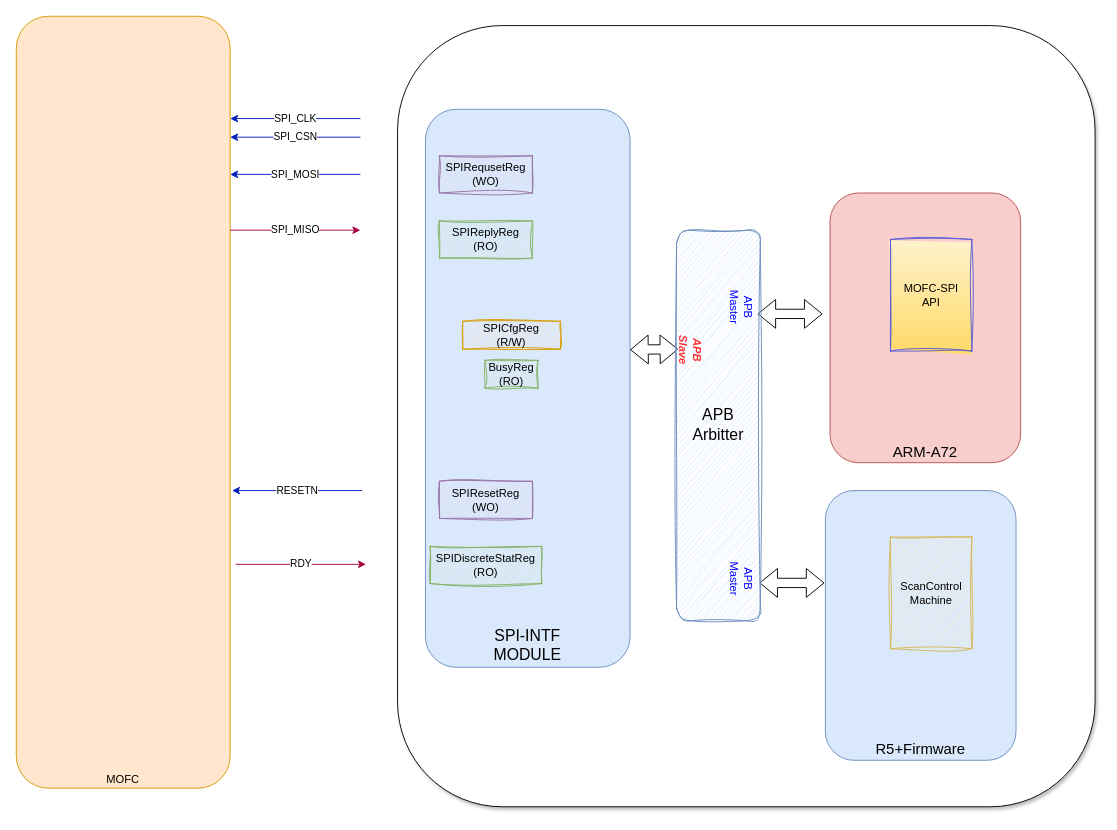
Before: page "Stage-1" (1 of 13) of MOFC.drawio in guyizk/MOFC, a draw.io diagram. Source tidied: cells renumbered, new cells numbered last; positions are measured from the earlier drawing's top-left corner, leaving out a move shared by most shapes. Both pictures are drawn from the tidied source at 93%, with x=0, y=0 at pixel (16, 16).
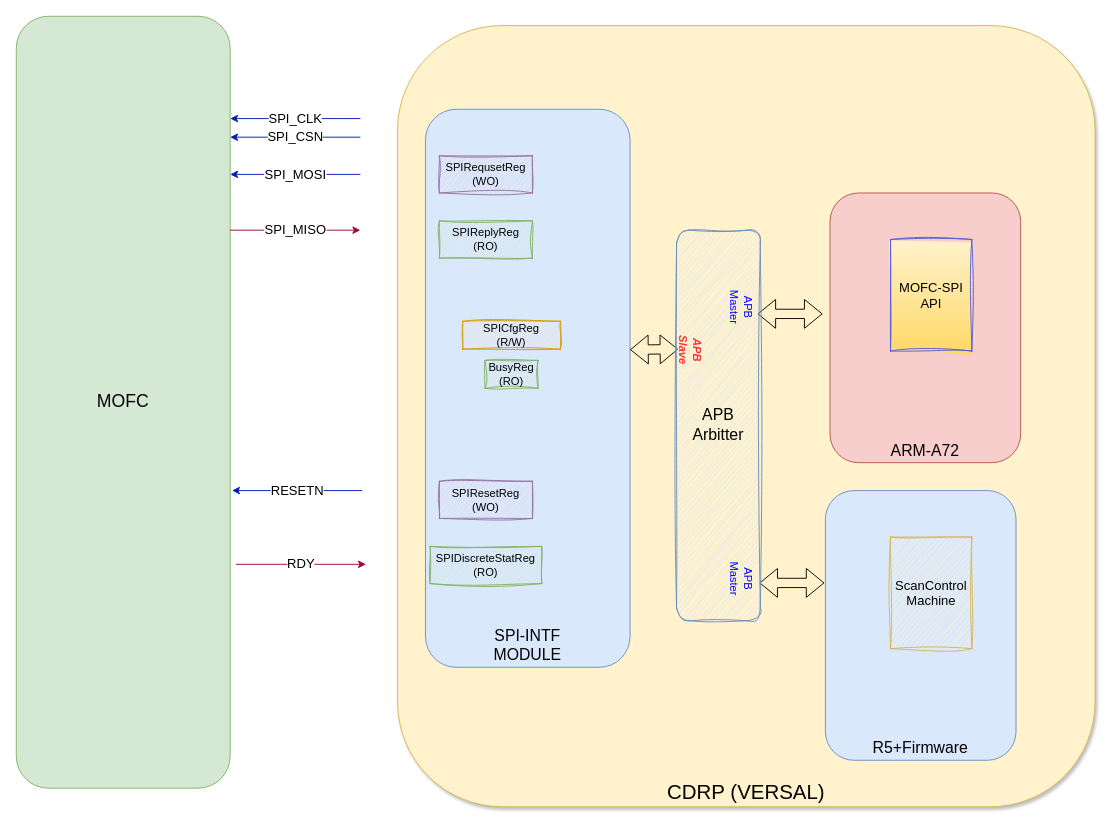
The same diagram, later.

Diff of the diagram source:
```diff
@@
-    <mxCell id="2" style="rounded=1;whiteSpace=wrap;html=1;shadow=1;glass=0;" parent="1" vertex="1">
+    <mxCell id="2" value="CDRP (VERSAL)" style="rounded=1;whiteSpace=wrap;html=1;shadow=1;glass=0;verticalAlign=bottom;fontSize=22;fillColor=#fff2cc;strokeColor=#d6b656;" parent="1" vertex="1">
       <mxGeometry x="410" y="10" width="750" height="840" as="geometry" />
     </mxCell>
-    <mxCell id="3" value="MOFC" style="rounded=1;whiteSpace=wrap;html=1;fillColor=#ffe6cc;strokeColor=#d79b00;verticalAlign=bottom;" parent="1" vertex="1">
+    <mxCell id="3" value="MOFC" style="rounded=1;whiteSpace=wrap;html=1;verticalAlign=middle;fontSize=19;fillColor=#d5e8d4;strokeColor=#82b366;" parent="1" vertex="1">
       <mxGeometry width="230" height="830" as="geometry" />
     </mxCell>
-    <mxCell id="4" value="SPI_MOSI" style="endArrow=classic;html=1;rounded=0;strokeColor=#001DBC;fillColor=#0050ef;" parent="1" edge="1">
+    <mxCell id="4" value="SPI_MOSI" style="endArrow=classic;html=1;rounded=0;strokeColor=#001DBC;fillColor=#0050ef;fontSize=14;" parent="1" edge="1">
       <mxGeometry relative="1" as="geometry">
         <mxPoint x="370" y="170" as="sourcePoint" />
         <mxPoint x="230" y="170" as="targetPoint" />
       </mxGeometry>
     </mxCell>
-    <mxCell id="5" value="SPI_CLK" style="endArrow=classic;html=1;rounded=0;fillColor=#0050ef;strokeColor=#001DBC;" parent="1" edge="1">
+    <mxCell id="5" value="SPI_CLK" style="endArrow=classic;html=1;rounded=0;fillColor=#0050ef;strokeColor=#001DBC;fontSize=14;" parent="1" edge="1">
       <mxGeometry relative="1" as="geometry">
         <mxPoint x="370" y="110" as="sourcePoint" />
         <mxPoint x="230" y="110" as="targetPoint" />
       </mxGeometry>
     </mxCell>
-    <mxCell id="6" value="SPI_CSN" style="endArrow=classic;html=1;rounded=0;fillColor=#0050ef;strokeColor=#001DBC;" parent="1" edge="1">
+    <mxCell id="6" value="SPI_CSN" style="endArrow=classic;html=1;rounded=0;fillColor=#0050ef;strokeColor=#001DBC;fontSize=14;" parent="1" edge="1">
       <mxGeometry relative="1" as="geometry">
         <mxPoint x="370" y="130" as="sourcePoint" />
         <mxPoint x="230" y="130" as="targetPoint" />
       </mxGeometry>
     </mxCell>
-    <mxCell id="7" value="SPI_MISO" style="endArrow=classic;html=1;rounded=0;fillColor=#d80073;strokeColor=#A50040;" parent="1" edge="1">
+    <mxCell id="7" value="SPI_MISO" style="endArrow=classic;html=1;rounded=0;fillColor=#d80073;strokeColor=#A50040;fontSize=14;" parent="1" edge="1">
       <mxGeometry relative="1" as="geometry">
         <mxPoint x="230" y="230" as="sourcePoint" />
         <mxPoint x="370" y="230" as="targetPoint" />
       </mxGeometry>
     </mxCell>
-    <mxCell id="8" value="RDY" style="endArrow=classic;html=1;rounded=0;fillColor=#d80073;strokeColor=#A50040;" parent="1" edge="1">
+    <mxCell id="8" value="RDY" style="endArrow=classic;html=1;rounded=0;fillColor=#d80073;strokeColor=#A50040;fontSize=14;" parent="1" edge="1">
       <mxGeometry relative="1" as="geometry">
         <mxPoint x="236" y="589.3" as="sourcePoint" />
         <mxPoint x="376" y="589.3" as="targetPoint" />
       </mxGeometry>
     </mxCell>
-    <mxCell id="9" value="RESETN" style="endArrow=classic;html=1;rounded=0;fillColor=#0050ef;strokeColor=#001DBC;" parent="1" edge="1">
+    <mxCell id="9" value="RESETN" style="endArrow=classic;html=1;rounded=0;fillColor=#0050ef;strokeColor=#001DBC;fontSize=14;" parent="1" edge="1">
       <mxGeometry relative="1" as="geometry">
         <mxPoint x="372" y="510" as="sourcePoint" />
         <mxPoint x="232" y="510" as="targetPoint" />
       </mxGeometry>
     </mxCell>
@@
-    <mxCell id="15" value="ARM-A72" style="rounded=1;whiteSpace=wrap;html=1;fillColor=#f8cecc;strokeColor=#b85450;shadow=0;glass=0;verticalAlign=bottom;fontSize=16;" parent="1" vertex="1">
+    <mxCell id="15" value="ARM-A72" style="rounded=1;whiteSpace=wrap;html=1;fillColor=#f8cecc;strokeColor=#b85450;shadow=0;glass=0;verticalAlign=bottom;fontSize=17;" parent="1" vertex="1">
       <mxGeometry x="875" y="190" width="205" height="290" as="geometry" />
     </mxCell>
@@
-    <mxCell id="17" value="R5+Firmware" style="rounded=1;whiteSpace=wrap;html=1;fillColor=#dae8fc;strokeColor=#6c8ebf;shadow=0;glass=0;verticalAlign=bottom;fontSize=16;" parent="1" vertex="1">
+    <mxCell id="17" value="R5+Firmware" style="rounded=1;whiteSpace=wrap;html=1;fillColor=#dae8fc;strokeColor=#6c8ebf;shadow=0;glass=0;verticalAlign=bottom;fontSize=17;" parent="1" vertex="1">
       <mxGeometry x="870" y="510" width="205" height="290" as="geometry" />
     </mxCell>
@@
-    <mxCell id="22" value="ScanControl&lt;div&gt;Machine&lt;/div&gt;" style="rounded=0;whiteSpace=wrap;html=1;fillColor=#fff2cc;strokeColor=#d6b656;glass=0;sketch=1;curveFitting=1;jiggle=2;" parent="1" vertex="1">
+    <mxCell id="22" value="ScanControl&lt;div&gt;Machine&lt;/div&gt;" style="rounded=0;whiteSpace=wrap;html=1;fillColor=#fff2cc;strokeColor=#d6b656;glass=0;sketch=1;curveFitting=1;jiggle=2;fontSize=14;" parent="1" vertex="1">
       <mxGeometry x="940" y="560" width="87.5" height="120" as="geometry" />
     </mxCell>
-    <mxCell id="23" value="MOFC-SPI&lt;div&gt;API&lt;/div&gt;" style="rounded=0;whiteSpace=wrap;html=1;fillColor=#fff2cc;strokeColor=light-dark(#575bd6, #6d5100);glass=0;gradientColor=#ffd966;sketch=1;curveFitting=1;jiggle=2;" parent="1" vertex="1">
+    <mxCell id="23" value="MOFC-SPI&lt;div&gt;API&lt;/div&gt;" style="rounded=0;whiteSpace=wrap;html=1;fillColor=#fff2cc;strokeColor=light-dark(#575bd6, #6d5100);glass=0;gradientColor=#ffd966;sketch=1;curveFitting=1;jiggle=2;fontSize=14;" parent="1" vertex="1">
       <mxGeometry x="940" y="240" width="87.5" height="120" as="geometry" />
     </mxCell>
```
